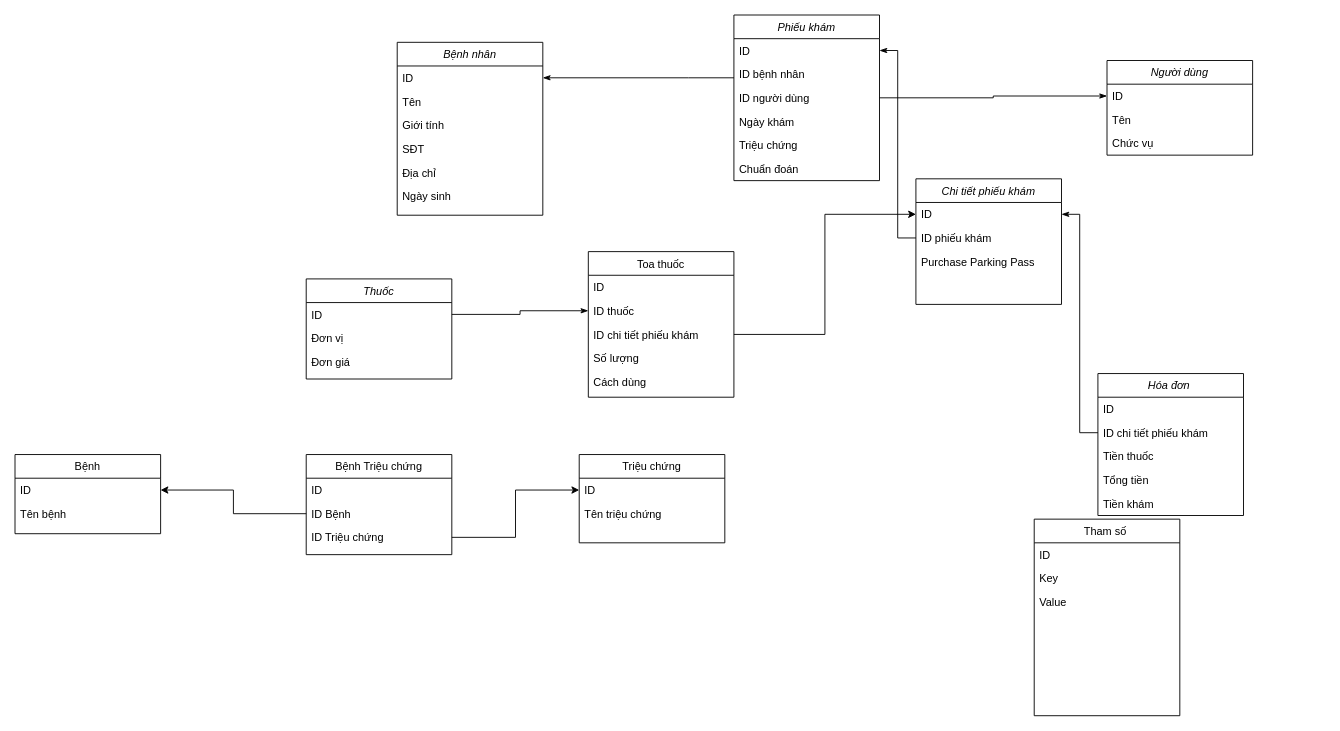
Earlier version of the draw.io diagram Untitled Diagram.drawio (thanhxinhtraiuit/DACNPM). Source tidied: cells renumbered, new cells numbered last; positions are measured from the earlier drawing's top-left corner, leaving out a move shared by most shapes. Both pictures are drawn from the tidied source at 91%, with x=0, y=0 at pixel (15, 15).
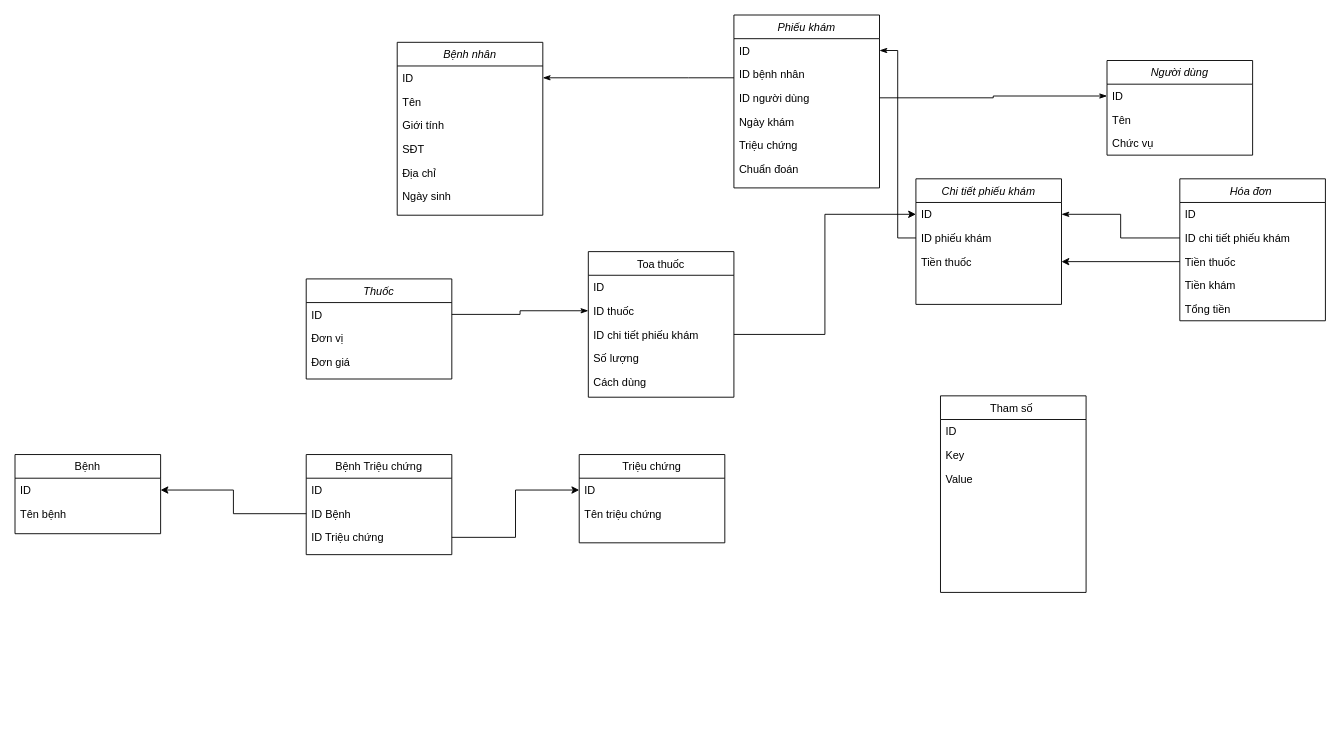
The same page after the edit.

The change refers to these unchanged cells:
```xml
<mxCell id="38" value="Chi tiết phiếu khám" style="swimlane;fontStyle=2;align=center;verticalAlign=top;horizontal=1;startSize=26;rounded=0;shadow=0;strokeWidth=1;" parent="1" vertex="1">
  <mxGeometry x="990" y="180" width="160" height="138" as="geometry" />
</mxCell>
<mxCell id="51" value="Tiền thuốc" style="text;align=left;verticalAlign=top;spacingLeft=4;spacingRight=4;overflow=hidden;points=[[0,0.5],[1,0.5]];portConstraint=eastwest;" parent="48" vertex="1">
  <mxGeometry y="78" width="160" height="26" as="geometry" />
</mxCell>
```

The edit, as a diff of the source:
```diff
@@
     <mxCell id="15" value="Phiếu khám" style="swimlane;fontStyle=2;align=center;verticalAlign=top;horizontal=1;startSize=26;rounded=0;shadow=0;strokeWidth=1;" parent="1" vertex="1">
-      <mxGeometry x="790" width="160" height="182" as="geometry" />
+      <mxGeometry x="790" width="160" height="190" as="geometry" />
     </mxCell>
@@
     <mxCell id="21" value="Chuẩn đoán" style="text;align=left;verticalAlign=top;spacingLeft=4;spacingRight=4;overflow=hidden;" parent="15" vertex="1">
-      <mxGeometry y="156" width="160" height="26" as="geometry" />
+      <mxGeometry y="156" width="160" height="24" as="geometry" />
     </mxCell>
@@
-    <mxCell id="41" value="Purchase Parking Pass" style="text;align=left;verticalAlign=top;spacingLeft=4;spacingRight=4;overflow=hidden;points=[[0,0.5],[1,0.5]];portConstraint=eastwest;" parent="38" vertex="1">
+    <mxCell id="41" value="Tiền thuốc" style="text;align=left;verticalAlign=top;spacingLeft=4;spacingRight=4;overflow=hidden;points=[[0,0.5],[1,0.5]];portConstraint=eastwest;" parent="38" vertex="1">
       <mxGeometry y="78" width="160" height="26" as="geometry" />
     </mxCell>
@@
     <mxCell id="48" value="Hóa đơn " style="swimlane;fontStyle=2;align=center;verticalAlign=top;horizontal=1;startSize=26;rounded=0;shadow=0;strokeWidth=1;" parent="1" vertex="1">
-      <mxGeometry x="1190" y="394" width="160" height="156" as="geometry" />
+      <mxGeometry x="1280" y="180" width="160" height="156" as="geometry" />
     </mxCell>
@@
+    <mxCell id="53" value="Tiền khám" style="text;align=left;verticalAlign=top;spacingLeft=4;spacingRight=4;overflow=hidden;" parent="48" vertex="1">
+      <mxGeometry y="104" width="160" height="26" as="geometry" />
+    </mxCell>
     <mxCell id="52" value="Tổng tiền" style="text;align=left;verticalAlign=top;spacingLeft=4;spacingRight=4;overflow=hidden;" parent="48" vertex="1">
-      <mxGeometry y="104" width="160" height="26" as="geometry" />
+      <mxGeometry y="130" width="160" height="26" as="geometry" />
     </mxCell>
-    <mxCell id="53" value="Tiền khám" style="text;align=left;verticalAlign=top;spacingLeft=4;spacingRight=4;overflow=hidden;" parent="48" vertex="1">
-      <mxGeometry y="130" width="160" height="26" as="geometry" />
-    </mxCell>
@@
     <mxCell id="55" value="Tham số " style="swimlane;fontStyle=0;align=center;verticalAlign=top;horizontal=1;startSize=26;rounded=0;shadow=0;strokeWidth=1;" parent="1" vertex="1">
-      <mxGeometry x="1120" y="554" width="160" height="216" as="geometry" />
+      <mxGeometry x="1017" y="418.5" width="160" height="216" as="geometry" />
     </mxCell>
@@
+    <mxCell id="62" style="edgeStyle=orthogonalEdgeStyle;rounded=0;jettySize=auto;html=1;" parent="1" edge="1" source="51" target="41">
+      <mxGeometry relative="1" as="geometry" />
+    </mxCell>
```
